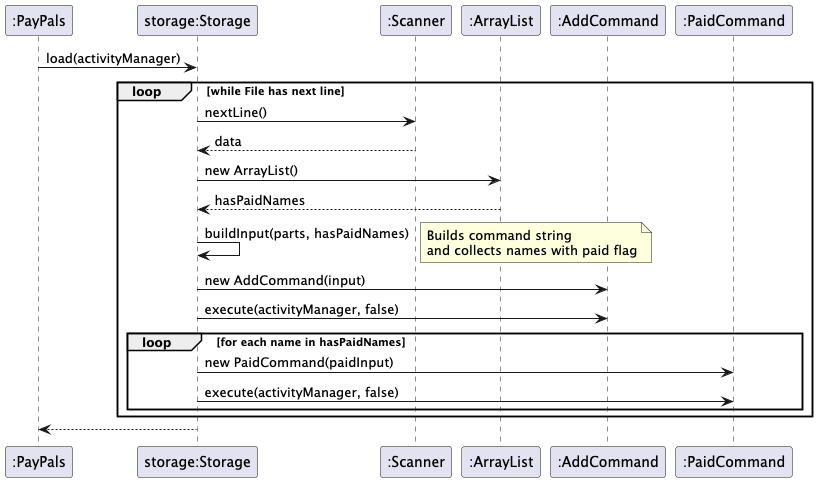
Earlier version of the PlantUML export docs/diagrams/StorageLoad.png (jing-yen/tp).
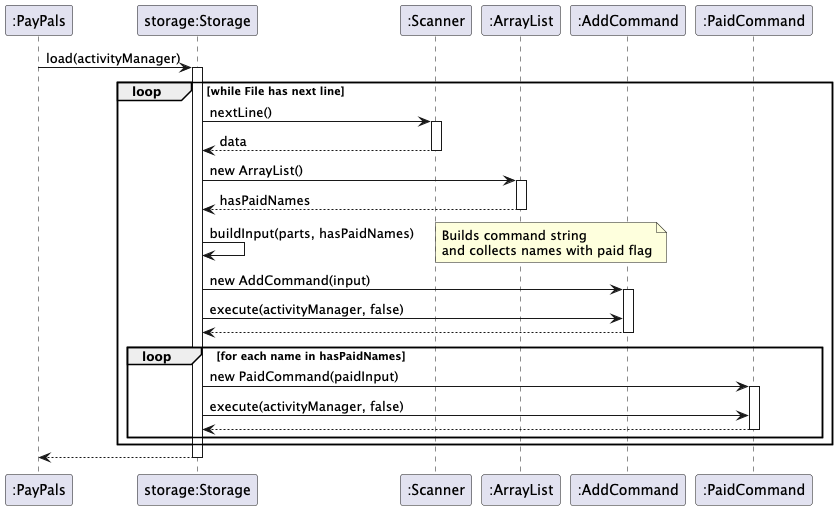
Above is the later version.

The edit, as a diff of the source:
```diff
@@ -8,22 +8,39 @@
 participant ":PaidCommand" as PC
 
 PP -> S: load(activityManager)
+activate S
 loop while File has next line
 
     S -> Sc: nextLine()
+    activate Sc
+
     Sc --> S: data
+    deactivate Sc
+
     S -> AL: new ArrayList()
+    activate AL
+
     AL --> S: hasPaidNames
+    deactivate AL
+
     S -> S: buildInput(parts, hasPaidNames)
     note right: Builds command string\nand collects names with paid flag
+
     S -> AC: new AddCommand(input)
+    activate AC
     S -> AC: execute(activityManager, false)
+    AC --> S
+    deactivate AC
 
     loop for each name in hasPaidNames
         S -> PC: new PaidCommand(paidInput)
+        activate PC
         S -> PC: execute(activityManager, false)
+        PC --> S
+        deactivate PC
     end
+end
 
-end
 S --> PP
+deactivate S
 @enduml
```
